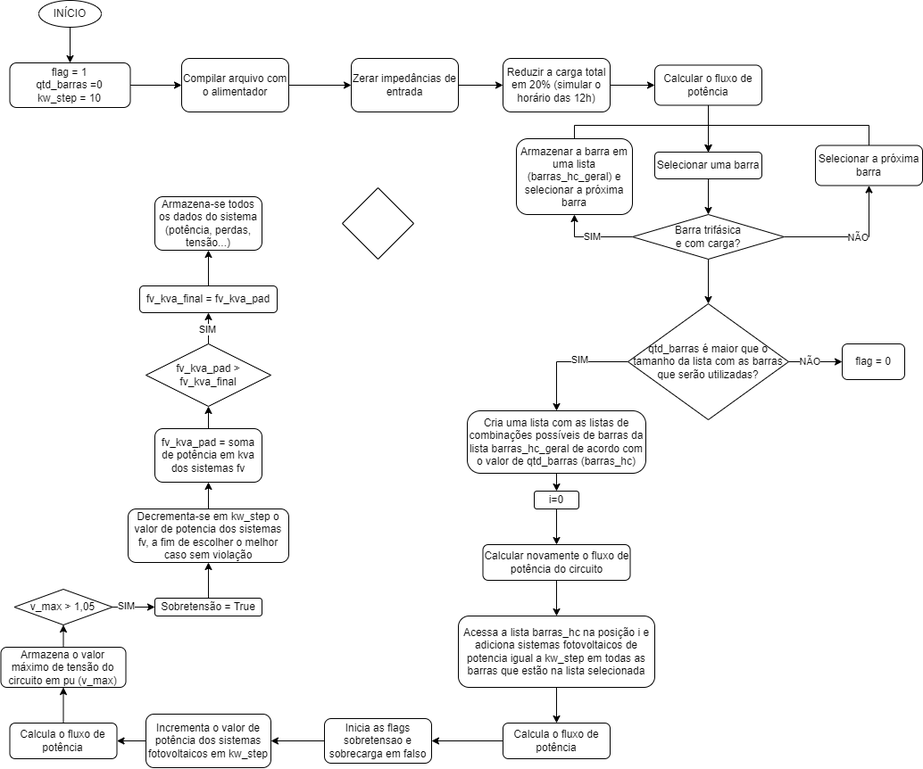
leojms/hosting-capacity keeps this draw.io diagram as metodologia hc.drawio.png. Above is the earlier version. Source tidied: cells renumbered, new cells last; positions are measured from the earlier drawing's top-left corner, leaving out a move shared by most shapes.
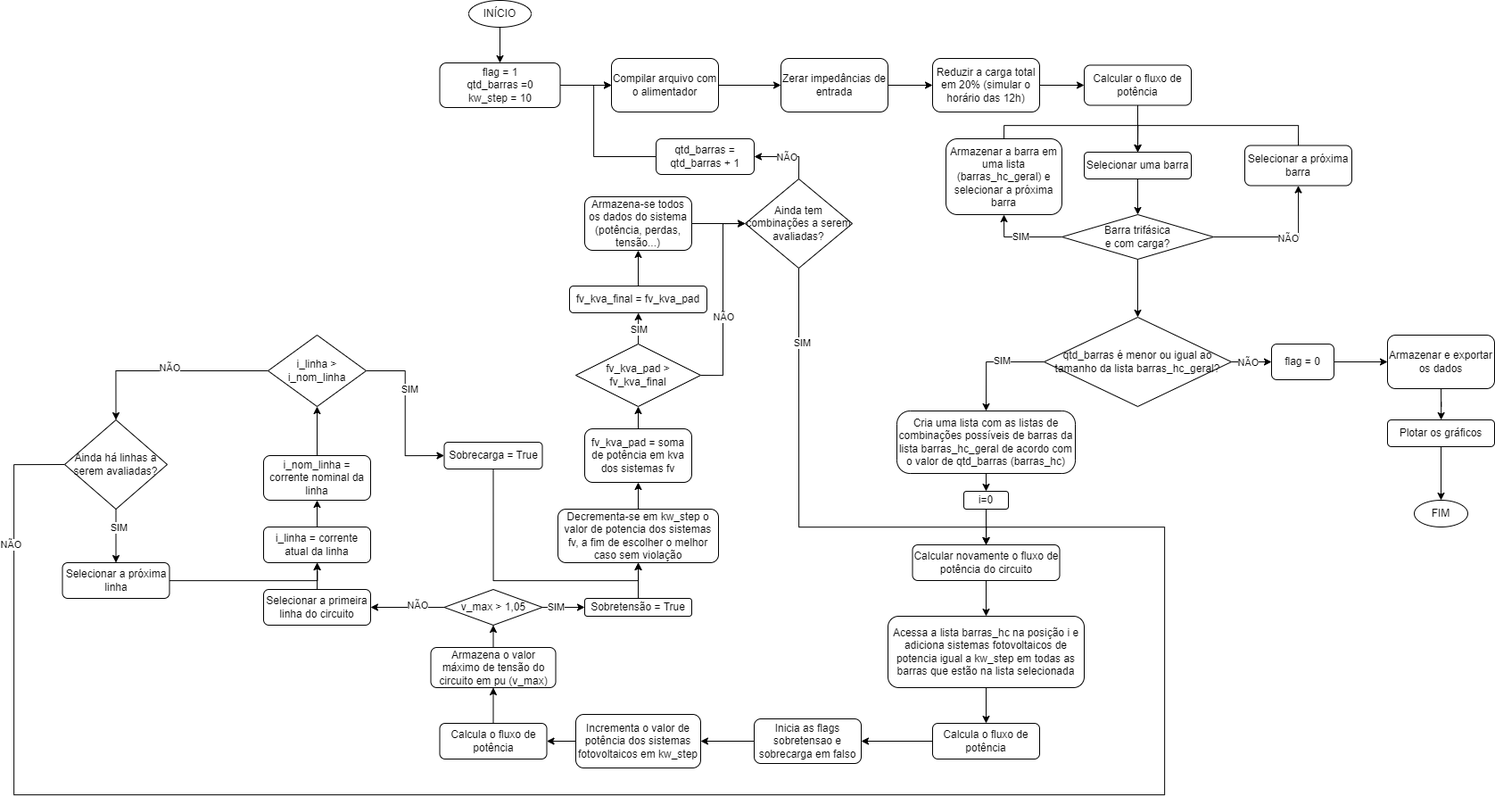
Later version of the same file.

Change to the diagram source:
```diff
@@ -99,9 +99,12 @@
     <mxCell id="30" value="NÃO" style="edgeLabel;html=1;align=center;verticalAlign=middle;" parent="29" vertex="1">
       <mxGeometry x="-0.22" relative="1" as="geometry" />
     </mxCell>
-    <mxCell id="31" value="qtd_barras é maior que o tamanho da lista com as barras que serão utilizadas?" style="rhombus;whiteSpace=wrap;html=1;" parent="1" vertex="1">
-      <mxGeometry x="702" y="340" width="180" height="130" as="geometry" />
+    <mxCell id="31" value="qtd_barras é menor ou igual ao tamanho da lista barras_hc_geral?" style="rhombus;whiteSpace=wrap;html=1;" parent="1" vertex="1">
+      <mxGeometry x="687" y="355" width="210" height="100" as="geometry" />
     </mxCell>
+    <mxCell id="65" style="edgeStyle=orthogonalEdgeStyle;rounded=0;jettySize=auto;html=1;exitX=1;exitY=0.5;exitDx=0;exitDy=0;entryX=0;entryY=0.5;entryDx=0;entryDy=0;" parent="1" edge="1" source="32" target="98">
+      <mxGeometry relative="1" as="geometry" />
+    </mxCell>
     <mxCell id="32" value="flag = 0" style="rounded=1;whiteSpace=wrap;html=1;" parent="1" vertex="1">
       <mxGeometry x="942" y="385" width="70" height="40" as="geometry" />
     </mxCell>
@@ -159,6 +162,12 @@
     <mxCell id="50" value="SIM" style="edgeLabel;html=1;align=center;verticalAlign=middle;" parent="49" vertex="1">
       <mxGeometry x="-0.37" y="1" relative="1" as="geometry" />
     </mxCell>
+    <mxCell id="66" style="edgeStyle=orthogonalEdgeStyle;rounded=0;jettySize=auto;html=1;exitX=0;exitY=0.5;exitDx=0;exitDy=0;entryX=1;entryY=0.5;entryDx=0;entryDy=0;" parent="1" edge="1" source="51" target="78">
+      <mxGeometry relative="1" as="geometry" />
+    </mxCell>
+    <mxCell id="67" value="NÃO" style="edgeLabel;html=1;align=center;verticalAlign=middle;" parent="66" vertex="1">
+      <mxGeometry x="-0.27" y="-3" relative="1" as="geometry" />
+    </mxCell>
     <mxCell id="51" value="v_max &amp;gt; 1,05" style="rhombus;whiteSpace=wrap;html=1;" parent="1" vertex="1">
       <mxGeometry x="14.5" y="660" width="110" height="40" as="geometry" />
     </mxCell>
@@ -186,6 +195,12 @@
     <mxCell id="59" value="SIM" style="edgeLabel;html=1;align=center;verticalAlign=middle;" parent="58" vertex="1">
       <mxGeometry x="-0.26" y="1" relative="1" as="geometry" />
     </mxCell>
+    <mxCell id="68" style="edgeStyle=orthogonalEdgeStyle;rounded=0;jettySize=auto;html=1;exitX=1;exitY=0.5;exitDx=0;exitDy=0;entryX=0;entryY=0.5;entryDx=0;entryDy=0;" parent="1" edge="1" source="60" target="64">
+      <mxGeometry relative="1" as="geometry" />
+    </mxCell>
+    <mxCell id="69" value="NÃO" style="edgeLabel;html=1;align=center;verticalAlign=middle;" parent="68" vertex="1">
+      <mxGeometry x="-0.18" relative="1" as="geometry" />
+    </mxCell>
     <mxCell id="60" value="fv_kva_pad &amp;gt; fv_kva_final" style="rhombus;whiteSpace=wrap;html=1;" parent="1" vertex="1">
       <mxGeometry x="162" y="385" width="140" height="70" as="geometry" />
     </mxCell>
@@ -195,11 +210,125 @@
     <mxCell id="62" value="fv_kva_final = fv_kva_pad" style="rounded=1;whiteSpace=wrap;html=1;" parent="1" vertex="1">
       <mxGeometry x="155" y="320" width="154" height="30" as="geometry" />
     </mxCell>
+    <mxCell id="70" style="edgeStyle=orthogonalEdgeStyle;rounded=0;jettySize=auto;html=1;exitX=1;exitY=0.5;exitDx=0;exitDy=0;entryX=0;entryY=0.5;entryDx=0;entryDy=0;" parent="1" edge="1" source="63" target="64">
+      <mxGeometry relative="1" as="geometry" />
+    </mxCell>
     <mxCell id="63" value="Armazena-se todos os dados do sistema (potência, perdas, tensão...)" style="rounded=1;whiteSpace=wrap;html=1;" parent="1" vertex="1">
       <mxGeometry x="172" y="220" width="120" height="60" as="geometry" />
     </mxCell>
+    <mxCell id="71" style="edgeStyle=orthogonalEdgeStyle;rounded=0;jettySize=auto;html=1;exitX=0.5;exitY=0;exitDx=0;exitDy=0;entryX=1;entryY=0.5;entryDx=0;entryDy=0;" parent="1" edge="1" source="64" target="76">
+      <mxGeometry relative="1" as="geometry" />
+    </mxCell>
+    <mxCell id="72" value="NÃO" style="edgeLabel;html=1;align=center;verticalAlign=middle;" parent="71" vertex="1">
+      <mxGeometry x="0.03" relative="1" as="geometry" />
+    </mxCell>
+    <mxCell id="73" style="edgeStyle=orthogonalEdgeStyle;rounded=0;jettySize=auto;html=1;exitX=0.5;exitY=1;exitDx=0;exitDy=0;entryX=0.5;entryY=0;entryDx=0;entryDy=0;" parent="1" edge="1" source="64" target="34">
+      <mxGeometry relative="1" as="geometry">
+        <Array as="points">
+          <mxPoint x="412" y="590" />
+          <mxPoint x="622" y="590" />
+        </Array>
+      </mxGeometry>
+    </mxCell>
+    <mxCell id="74" value="SIM" style="edgeLabel;html=1;align=center;verticalAlign=middle;" parent="73" vertex="1">
+      <mxGeometry x="-0.68" y="3" relative="1" as="geometry" />
+    </mxCell>
-    <mxCell id="64" style="rhombus;whiteSpace=wrap;html=1;" parent="1" vertex="1">
-      <mxGeometry x="382" y="210" width="80" height="80" as="geometry" />
+    <mxCell id="64" value="Ainda tem combinações a serem avaliadas?" style="rhombus;whiteSpace=wrap;html=1;" parent="1" vertex="1">
+      <mxGeometry x="352" y="200" width="120" height="100" as="geometry" />
     </mxCell>
+    <mxCell id="75" style="edgeStyle=orthogonalEdgeStyle;rounded=0;jettySize=auto;html=1;exitX=0;exitY=0.5;exitDx=0;exitDy=0;entryX=0;entryY=0.5;entryDx=0;entryDy=0;" parent="1" edge="1" source="76" target="7">
+      <mxGeometry relative="1" as="geometry" />
+    </mxCell>
+    <mxCell id="76" value="qtd_barras = qtd_barras + 1" style="rounded=1;whiteSpace=wrap;html=1;" parent="1" vertex="1">
+      <mxGeometry x="252" y="155" width="110" height="40" as="geometry" />
+    </mxCell>
+    <mxCell id="77" style="edgeStyle=orthogonalEdgeStyle;rounded=0;jettySize=auto;html=1;exitX=0.5;exitY=0;exitDx=0;exitDy=0;" parent="1" edge="1" source="78" target="80">
+      <mxGeometry relative="1" as="geometry" />
+    </mxCell>
+    <mxCell id="78" value="Selecionar a primeira linha do circuito" style="rounded=1;whiteSpace=wrap;html=1;" parent="1" vertex="1">
+      <mxGeometry x="-188" y="660" width="120" height="40" as="geometry" />
+    </mxCell>
+    <mxCell id="79" style="edgeStyle=orthogonalEdgeStyle;rounded=0;jettySize=auto;html=1;exitX=0.5;exitY=0;exitDx=0;exitDy=0;entryX=0.5;entryY=1;entryDx=0;entryDy=0;" parent="1" edge="1" source="80" target="82">
+      <mxGeometry relative="1" as="geometry" />
+    </mxCell>
+    <mxCell id="80" value="i_linha = corrente atual da linha" style="rounded=1;whiteSpace=wrap;html=1;" parent="1" vertex="1">
+      <mxGeometry x="-188" y="590" width="120" height="40" as="geometry" />
+    </mxCell>
+    <mxCell id="81" style="edgeStyle=orthogonalEdgeStyle;rounded=0;jettySize=auto;html=1;exitX=0.5;exitY=0;exitDx=0;exitDy=0;entryX=0.5;entryY=1;entryDx=0;entryDy=0;" parent="1" edge="1" source="82" target="87">
+      <mxGeometry relative="1" as="geometry" />
+    </mxCell>
+    <mxCell id="82" value="i_nom_linha = corrente nominal da linha" style="rounded=1;whiteSpace=wrap;html=1;" parent="1" vertex="1">
+      <mxGeometry x="-188" y="510" width="120" height="50" as="geometry" />
+    </mxCell>
+    <mxCell id="83" style="edgeStyle=orthogonalEdgeStyle;rounded=0;jettySize=auto;html=1;exitX=1;exitY=0.5;exitDx=0;exitDy=0;entryX=0;entryY=0.5;entryDx=0;entryDy=0;" parent="1" edge="1" source="87" target="89">
+      <mxGeometry relative="1" as="geometry" />
+    </mxCell>
+    <mxCell id="84" value="SIM" style="edgeLabel;html=1;align=center;verticalAlign=middle;" parent="83" vertex="1">
+      <mxGeometry x="-0.33" y="4" relative="1" as="geometry" />
+    </mxCell>
+    <mxCell id="85" style="edgeStyle=orthogonalEdgeStyle;rounded=0;jettySize=auto;html=1;exitX=0;exitY=0.5;exitDx=0;exitDy=0;entryX=0.5;entryY=0;entryDx=0;entryDy=0;" parent="1" edge="1" source="87" target="94">
+      <mxGeometry relative="1" as="geometry" />
+    </mxCell>
+    <mxCell id="86" value="NÃO" style="edgeLabel;html=1;align=center;verticalAlign=middle;" parent="85" vertex="1">
+      <mxGeometry x="-0.02" y="-4" relative="1" as="geometry" />
+    </mxCell>
+    <mxCell id="87" value="i_linha &amp;gt; i_nom_linha" style="rhombus;whiteSpace=wrap;html=1;" parent="1" vertex="1">
+      <mxGeometry x="-183" y="375" width="110" height="80" as="geometry" />
+    </mxCell>
+    <mxCell id="88" style="edgeStyle=orthogonalEdgeStyle;rounded=0;jettySize=auto;html=1;exitX=0.5;exitY=1;exitDx=0;exitDy=0;entryX=0.5;entryY=1;entryDx=0;entryDy=0;" parent="1" edge="1" source="89" target="55">
+      <mxGeometry relative="1" as="geometry">
+        <Array as="points">
+          <mxPoint x="70" y="650" />
+          <mxPoint x="232" y="650" />
+        </Array>
+      </mxGeometry>
+    </mxCell>
+    <mxCell id="89" value="Sobrecarga = True" style="rounded=1;whiteSpace=wrap;html=1;" parent="1" vertex="1">
+      <mxGeometry x="14.5" y="495" width="110" height="30" as="geometry" />
+    </mxCell>
+    <mxCell id="90" style="edgeStyle=orthogonalEdgeStyle;rounded=0;jettySize=auto;html=1;exitX=0.5;exitY=1;exitDx=0;exitDy=0;entryX=0.5;entryY=0;entryDx=0;entryDy=0;" parent="1" edge="1" source="94" target="96">
+      <mxGeometry relative="1" as="geometry" />
+    </mxCell>
+    <mxCell id="91" value="SIM" style="edgeLabel;html=1;align=center;verticalAlign=middle;" parent="90" vertex="1">
+      <mxGeometry x="-0.31" y="2" relative="1" as="geometry" />
+    </mxCell>
+    <mxCell id="92" style="edgeStyle=orthogonalEdgeStyle;rounded=0;jettySize=auto;html=1;exitX=0;exitY=0.5;exitDx=0;exitDy=0;entryX=0.5;entryY=0;entryDx=0;entryDy=0;" parent="1" edge="1" source="94" target="34">
+      <mxGeometry relative="1" as="geometry">
+        <Array as="points">
+          <mxPoint x="-468" y="520" />
+          <mxPoint x="-468" y="890" />
+          <mxPoint x="822" y="890" />
+          <mxPoint x="822" y="590" />
+          <mxPoint x="622" y="590" />
+        </Array>
+      </mxGeometry>
+    </mxCell>
+    <mxCell id="93" value="NÃO" style="edgeLabel;html=1;align=center;verticalAlign=middle;" parent="92" vertex="1">
+      <mxGeometry x="-0.87" y="-5" relative="1" as="geometry" />
+    </mxCell>
+    <mxCell id="94" value="Ainda há linhas a serem avaliadas?" style="rhombus;whiteSpace=wrap;html=1;" parent="1" vertex="1">
+      <mxGeometry x="-411" y="470" width="115" height="100" as="geometry" />
+    </mxCell>
+    <mxCell id="95" style="edgeStyle=orthogonalEdgeStyle;rounded=0;jettySize=auto;html=1;entryX=0.5;entryY=1;entryDx=0;entryDy=0;" parent="1" edge="1" source="96" target="80">
+      <mxGeometry relative="1" as="geometry" />
+    </mxCell>
+    <mxCell id="96" value="Selecionar a próxima linha" style="rounded=1;whiteSpace=wrap;html=1;" parent="1" vertex="1">
+      <mxGeometry x="-413.5" y="630" width="120" height="40" as="geometry" />
+    </mxCell>
+    <mxCell id="97" style="edgeStyle=orthogonalEdgeStyle;rounded=0;jettySize=auto;html=1;exitX=0.5;exitY=1;exitDx=0;exitDy=0;" parent="1" edge="1" source="98" target="100">
+      <mxGeometry relative="1" as="geometry" />
+    </mxCell>
+    <mxCell id="98" value="Armazenar e exportar os dados" style="rounded=1;whiteSpace=wrap;html=1;" parent="1" vertex="1">
+      <mxGeometry x="1072" y="375" width="120" height="60" as="geometry" />
+    </mxCell>
+    <mxCell id="99" style="edgeStyle=orthogonalEdgeStyle;rounded=0;jettySize=auto;html=1;exitX=0.5;exitY=1;exitDx=0;exitDy=0;entryX=0.5;entryY=0;entryDx=0;entryDy=0;" parent="1" edge="1" source="100" target="101">
+      <mxGeometry relative="1" as="geometry" />
+    </mxCell>
+    <mxCell id="100" value="Plotar os gráficos" style="rounded=1;whiteSpace=wrap;html=1;" parent="1" vertex="1">
+      <mxGeometry x="1072" y="470" width="120" height="30" as="geometry" />
+    </mxCell>
+    <mxCell id="101" value="FIM" style="ellipse;whiteSpace=wrap;html=1;" parent="1" vertex="1">
+      <mxGeometry x="1102" y="560" width="60" height="30" as="geometry" />
+    </mxCell>
   </root>
 </mxGraphModel>
```
